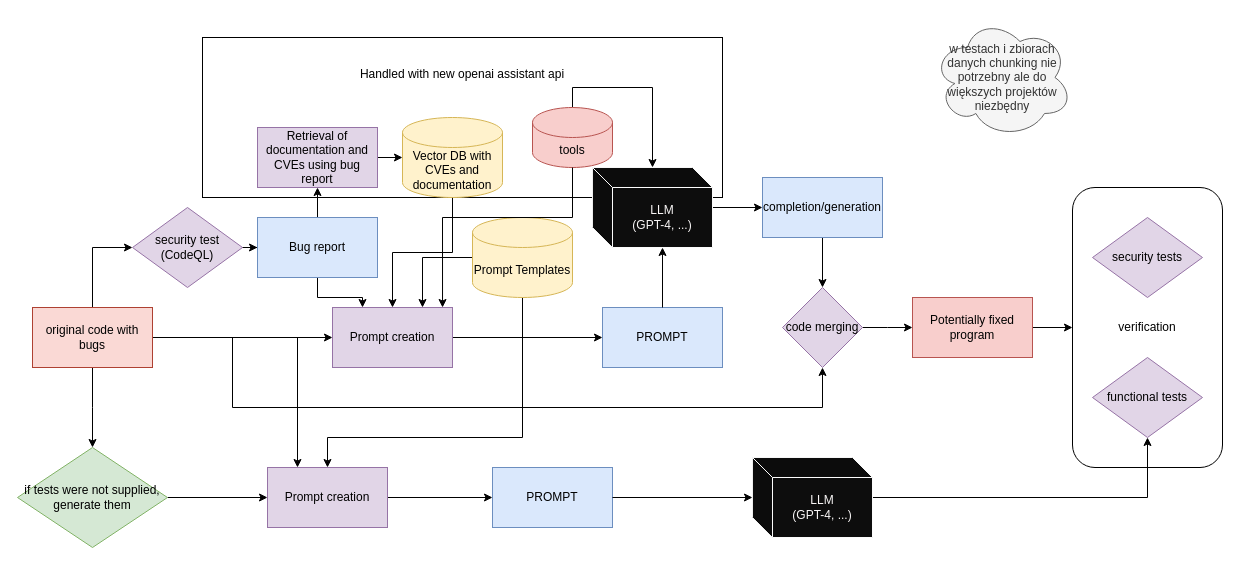
Before: gptester.drawio in 70ziko/gptester, a draw.io diagram. Source tidied: cells renumbered, new cells numbered last; positions are measured from the earlier drawing's top-left corner, leaving out a move shared by most shapes. Both pictures are drawn from the tidied source at 100%, with x=0, y=0 at pixel (17, 17).
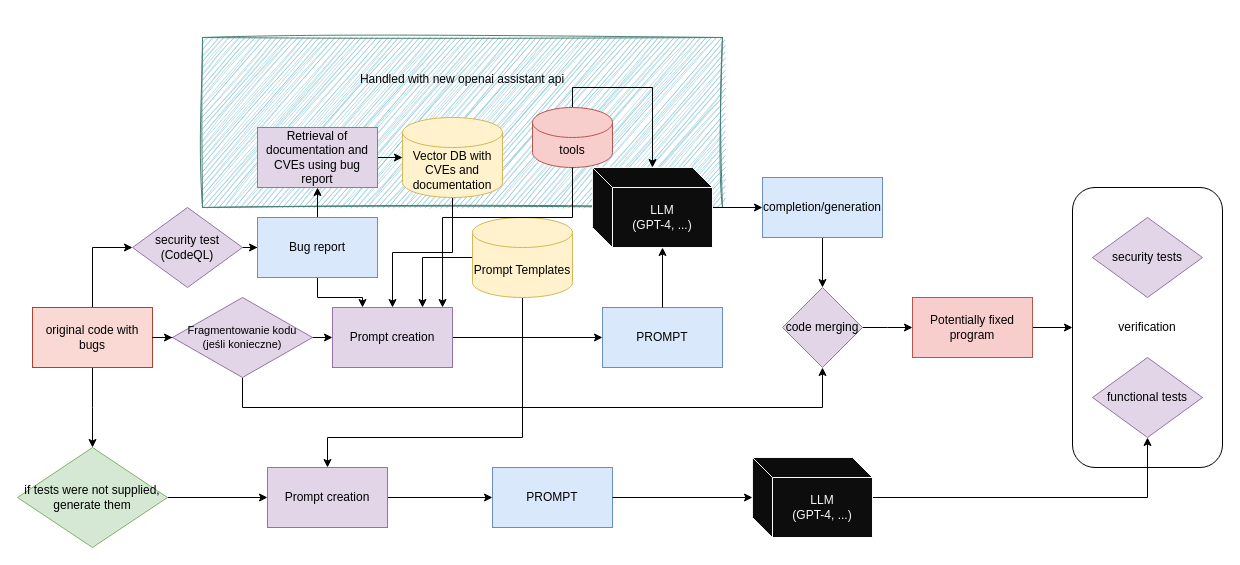
Above is the later version.

Unchanged cells that the change refers to:
```xml
<mxCell id="8" value="original code with bugs" style="rounded=0;whiteSpace=wrap;html=1;fillColor=#fad9d5;strokeColor=#ae4132;" parent="1" vertex="1">
  <mxGeometry x="15" y="290" width="120" height="60" as="geometry" />
</mxCell>
<mxCell id="31" value="code merging" style="rhombus;whiteSpace=wrap;html=1;fillColor=#e1d5e7;strokeColor=#9673a6;" parent="1" vertex="1">
  <mxGeometry x="765" y="270" width="80" height="80" as="geometry" />
</mxCell>
<mxCell id="43" value="Prompt creation" style="rounded=0;whiteSpace=wrap;html=1;fillColor=#e1d5e7;strokeColor=#9673a6;" parent="1" vertex="1">
  <mxGeometry x="250" y="450" width="120" height="60" as="geometry" />
</mxCell>
```

The edit, as a diff of the source:
```diff
@@
-    <mxCell id="2" value="&lt;div&gt;Handled with new openai assistant api&lt;/div&gt;&lt;div&gt;&lt;br&gt;&lt;/div&gt;&lt;div&gt;&lt;br&gt;&lt;/div&gt;&lt;div&gt;&lt;br&gt;&lt;/div&gt;&lt;div&gt;&lt;br&gt;&lt;/div&gt;&lt;div&gt;&lt;br&gt;&lt;/div&gt;&lt;div&gt;&lt;br&gt;&lt;/div&gt;" style="rounded=0;whiteSpace=wrap;html=1;fillColor=none;" parent="1" vertex="1">
-      <mxGeometry x="185" y="20" width="520" height="160" as="geometry" />
+    <mxCell id="2" value="&lt;div&gt;Handled with new openai assistant api&lt;/div&gt;&lt;div&gt;&lt;br&gt;&lt;/div&gt;&lt;div&gt;&lt;br&gt;&lt;/div&gt;&lt;div&gt;&lt;br&gt;&lt;/div&gt;&lt;div&gt;&lt;br&gt;&lt;/div&gt;&lt;div&gt;&lt;br&gt;&lt;/div&gt;&lt;div&gt;&lt;br&gt;&lt;/div&gt;" style="rounded=0;whiteSpace=wrap;html=1;fillColor=#76BDCF;glass=0;shadow=0;strokeColor=#4A8075;sketch=1;curveFitting=1;jiggle=2;" parent="1" vertex="1">
+      <mxGeometry x="185" y="20" width="520" height="170" as="geometry" />
     </mxCell>
@@
-    <mxCell id="7" style="edgeStyle=orthogonalEdgeStyle;rounded=0;jettySize=auto;html=1;entryX=0.25;entryY=0;entryDx=0;entryDy=0;" parent="1" edge="1" source="8" target="43">
-      <mxGeometry relative="1" as="geometry" />
-    </mxCell>
@@
-    <mxCell id="29" style="endArrow=classic;html=1;rounded=0;entryX=0.5;entryY=1;entryDx=0;entryDy=0;" parent="1" edge="1" target="31">
+    <mxCell id="29" style="endArrow=classic;html=1;rounded=0;entryX=0.5;entryY=1;entryDx=0;entryDy=0;exitX=0.5;exitY=1;exitDx=0;exitDy=0;" parent="1" edge="1" source="49" target="31">
       <mxGeometry relative="1" as="geometry">
-        <mxPoint x="215" y="320" as="sourcePoint" />
         <Array as="points">
-          <mxPoint x="215" y="390" />
+          <mxPoint x="225" y="390" />
           <mxPoint x="805" y="390" />
         </Array>
       </mxGeometry>
     </mxCell>
@@
-    <mxCell id="32" value="w testach i zbiorach danych chunking nie potrzebny ale do większych projektów niezbędny" style="ellipse;shape=cloud;whiteSpace=wrap;html=1;fillColor=#f5f5f5;strokeColor=#666666;fontColor=#333333;" parent="1" vertex="1">
-      <mxGeometry x="915" width="140" height="120" as="geometry" />
-    </mxCell>
@@
+    <mxCell id="48" style="edgeStyle=orthogonalEdgeStyle;rounded=0;jettySize=auto;html=1;entryX=0;entryY=0.5;entryDx=0;entryDy=0;" parent="1" edge="1" source="8" target="49">
+      <mxGeometry relative="1" as="geometry" />
+    </mxCell>
+    <mxCell id="49" value="&lt;div style=&quot;font-size: 11px;&quot;&gt;&lt;font style=&quot;font-size: 11px;&quot;&gt;Fragmentowanie kodu&lt;/font&gt;&lt;/div&gt;&lt;div style=&quot;font-size: 11px;&quot;&gt;&lt;font style=&quot;font-size: 11px;&quot;&gt;(jeśli konieczne)&lt;font style=&quot;font-size: 11px;&quot;&gt;&lt;br&gt;&lt;/font&gt;&lt;/font&gt;&lt;/div&gt;" style="rhombus;whiteSpace=wrap;html=1;fillColor=#e1d5e7;strokeColor=#9673a6;" parent="1" vertex="1">
+      <mxGeometry x="155" y="280" width="140" height="80" as="geometry" />
+    </mxCell>
```
